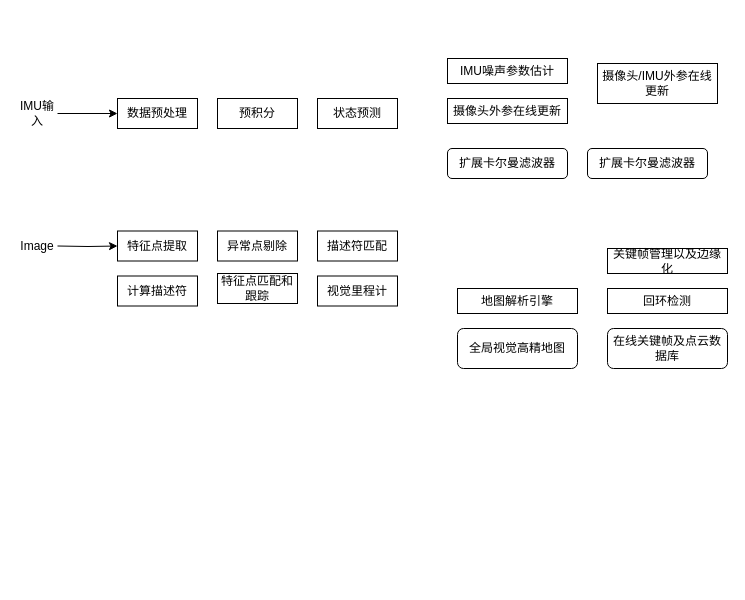
Above: slam_design.drawio in sunbingfeng/draw_sketches (draw.io), before the change. Source tidied: cells renumbered, new cells numbered last; positions are measured from the earlier drawing's top-left corner, leaving out a move shared by most shapes. Both pictures are drawn from the tidied source at 100%, with x=0, y=0 at pixel (17, 58).
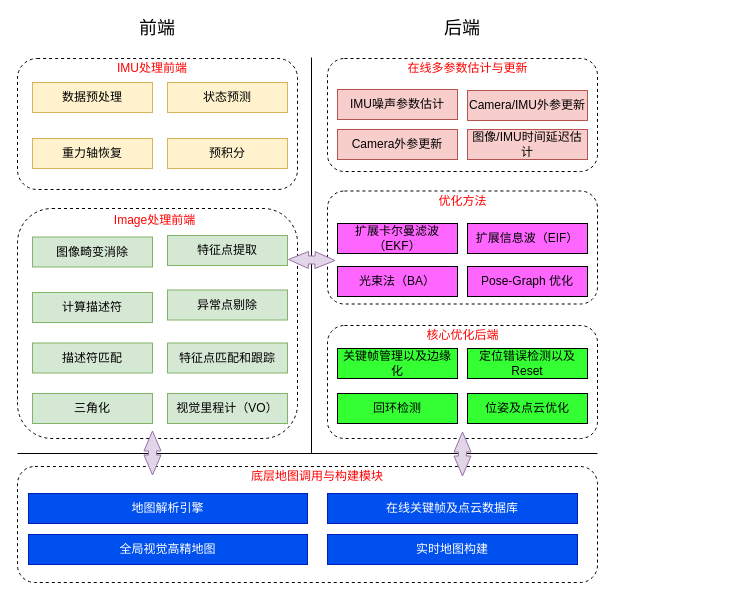
Above is the later version.

What changed in the source:
```diff
@@
+    <mxCell id="25" style="rounded=1;whiteSpace=wrap;html=1;glass=0;comic=0;dashed=1;" parent="1" vertex="1">
+      <mxGeometry x="310" y="132.5" width="270" height="113" as="geometry" />
+    </mxCell>
+    <mxCell id="26" value="&lt;font color=&quot;#ff0000&quot;&gt;优化方法&lt;/font&gt;" style="text;html=1;strokeColor=none;fillColor=none;align=center;verticalAlign=middle;whiteSpace=wrap;rounded=0;glass=0;dashed=1;comic=0;" parent="1" vertex="1">
+      <mxGeometry x="402.5" y="132.5" width="85" height="20" as="geometry" />
+    </mxCell>
+    <mxCell id="27" style="rounded=1;whiteSpace=wrap;html=1;glass=0;comic=0;dashed=1;" parent="1" vertex="1">
+      <mxGeometry x="310" y="267" width="270" height="113" as="geometry" />
+    </mxCell>
+    <mxCell id="28" style="rounded=1;whiteSpace=wrap;html=1;glass=0;comic=0;dashed=1;" parent="1" vertex="1">
+      <mxGeometry y="408" width="580" height="116" as="geometry" />
+    </mxCell>
+    <mxCell id="29" value="&lt;font color=&quot;#ff0000&quot;&gt;底层地图调用与构建模块&lt;/font&gt;" style="text;html=1;strokeColor=none;fillColor=none;align=center;verticalAlign=middle;whiteSpace=wrap;rounded=0;glass=0;dashed=1;comic=0;" parent="1" vertex="1">
+      <mxGeometry x="229" y="408" width="142" height="20" as="geometry" />
+    </mxCell>
+    <mxCell id="30" style="rounded=1;whiteSpace=wrap;html=1;glass=0;comic=0;dashed=1;" parent="1" vertex="1">
+      <mxGeometry x="310" width="270" height="113" as="geometry" />
+    </mxCell>
+    <mxCell id="31" value="&lt;font color=&quot;#ff0000&quot;&gt;在线多参数估计与更新&lt;/font&gt;" style="text;html=1;strokeColor=none;fillColor=none;align=center;verticalAlign=middle;whiteSpace=wrap;rounded=0;glass=0;dashed=1;comic=0;" parent="1" vertex="1">
+      <mxGeometry x="382.5" y="-0.5" width="135" height="20" as="geometry" />
+    </mxCell>
+    <mxCell id="32" style="rounded=1;whiteSpace=wrap;html=1;glass=0;comic=0;dashed=1;" parent="1" vertex="1">
+      <mxGeometry y="150" width="280" height="230" as="geometry" />
+    </mxCell>
+    <mxCell id="33" value="&lt;font color=&quot;#ff0000&quot;&gt;Image处理前端&lt;/font&gt;" style="text;html=1;strokeColor=none;fillColor=none;align=center;verticalAlign=middle;whiteSpace=wrap;rounded=0;glass=0;dashed=1;comic=0;" parent="1" vertex="1">
+      <mxGeometry x="95" y="152" width="85" height="20" as="geometry" />
+    </mxCell>
+    <mxCell id="34" style="rounded=1;whiteSpace=wrap;html=1;glass=0;comic=0;dashed=1;" parent="1" vertex="1">
+      <mxGeometry width="280" height="131" as="geometry" />
+    </mxCell>
-    <mxCell id="2" value="数据预处理" style="rounded=0;whiteSpace=wrap;html=1;" parent="1" vertex="1">
-      <mxGeometry x="100" y="40" width="80" height="30" as="geometry" />
+    <mxCell id="2" value="数据预处理" style="rounded=0;whiteSpace=wrap;html=1;fillColor=#fff2cc;strokeColor=#d6b656;" parent="1" vertex="1">
+      <mxGeometry x="15" y="24" width="120" height="30" as="geometry" />
     </mxCell>
-    <mxCell id="3" value="预积分" style="rounded=0;whiteSpace=wrap;html=1;" parent="1" vertex="1">
-      <mxGeometry x="200" y="40" width="80" height="30" as="geometry" />
+    <mxCell id="3" value="重力轴恢复" style="rounded=0;whiteSpace=wrap;html=1;fillColor=#fff2cc;strokeColor=#d6b656;" parent="1" vertex="1">
+      <mxGeometry x="15" y="80" width="120" height="30" as="geometry" />
     </mxCell>
-    <mxCell id="4" style="edgeStyle=orthogonalEdgeStyle;rounded=0;jettySize=auto;html=1;exitX=1;exitY=0.5;exitDx=0;exitDy=0;entryX=0;entryY=0.5;entryDx=0;entryDy=0;" parent="1" edge="1" source="5" target="2">
-      <mxGeometry relative="1" as="geometry" />
-    </mxCell>
-    <mxCell id="5" value="IMU输入" style="text;html=1;strokeColor=none;fillColor=none;align=center;verticalAlign=middle;whiteSpace=wrap;rounded=0;" parent="1" vertex="1">
-      <mxGeometry y="45" width="40" height="20" as="geometry" />
-    </mxCell>
-    <mxCell id="6" value="状态预测" style="rounded=0;whiteSpace=wrap;html=1;" parent="1" vertex="1">
-      <mxGeometry x="300" y="40" width="80" height="30" as="geometry" />
+    <mxCell id="6" value="状态预测" style="rounded=0;whiteSpace=wrap;html=1;fillColor=#fff2cc;strokeColor=#d6b656;" parent="1" vertex="1">
+      <mxGeometry x="150" y="24" width="120" height="30" as="geometry" />
     </mxCell>
-    <mxCell id="7" value="特征点提取" style="rounded=0;whiteSpace=wrap;html=1;" parent="1" vertex="1">
-      <mxGeometry x="100" y="172.5" width="80" height="30" as="geometry" />
+    <mxCell id="7" value="特征点提取" style="rounded=0;whiteSpace=wrap;html=1;fillColor=#d5e8d4;strokeColor=#82b366;" parent="1" vertex="1">
+      <mxGeometry x="150" y="177" width="120" height="30" as="geometry" />
     </mxCell>
-    <mxCell id="8" value="异常点剔除" style="rounded=0;whiteSpace=wrap;html=1;" parent="1" vertex="1">
-      <mxGeometry x="200" y="172.5" width="80" height="30" as="geometry" />
+    <mxCell id="8" value="异常点剔除" style="rounded=0;whiteSpace=wrap;html=1;fillColor=#d5e8d4;strokeColor=#82b366;" parent="1" vertex="1">
+      <mxGeometry x="150" y="231.5" width="120" height="30" as="geometry" />
     </mxCell>
-    <mxCell id="9" style="edgeStyle=orthogonalEdgeStyle;rounded=0;jettySize=auto;html=1;exitX=1;exitY=0.5;exitDx=0;exitDy=0;entryX=0;entryY=0.5;entryDx=0;entryDy=0;" parent="1" edge="1" target="7">
-      <mxGeometry relative="1" as="geometry">
-        <mxPoint x="40" y="187.5" as="sourcePoint" />
-      </mxGeometry>
-    </mxCell>
-    <mxCell id="10" value="Image" style="text;html=1;strokeColor=none;fillColor=none;align=center;verticalAlign=middle;whiteSpace=wrap;rounded=0;" parent="1" vertex="1">
-      <mxGeometry y="177.5" width="40" height="20" as="geometry" />
-    </mxCell>
-    <mxCell id="11" value="特征点匹配和跟踪" style="rounded=0;whiteSpace=wrap;html=1;" parent="1" vertex="1">
-      <mxGeometry x="200" y="215" width="80" height="30" as="geometry" />
+    <mxCell id="11" value="特征点匹配和跟踪" style="rounded=0;whiteSpace=wrap;html=1;fillColor=#d5e8d4;strokeColor=#82b366;" parent="1" vertex="1">
+      <mxGeometry x="150" y="284.5" width="120" height="30" as="geometry" />
     </mxCell>
-    <mxCell id="12" value="全局视觉高精地图" style="rounded=1;whiteSpace=wrap;html=1;" parent="1" vertex="1">
-      <mxGeometry x="440" y="270" width="120" height="40" as="geometry" />
+    <mxCell id="12" value="全局视觉高精地图" style="rounded=0;whiteSpace=wrap;html=1;fillColor=#0050ef;strokeColor=#001DBC;fontColor=#ffffff;" parent="1" vertex="1">
+      <mxGeometry x="11" y="476" width="279" height="30" as="geometry" />
     </mxCell>
-    <mxCell id="13" value="在线关键帧及点云数据库" style="rounded=1;whiteSpace=wrap;html=1;" parent="1" vertex="1">
-      <mxGeometry x="590" y="270" width="120" height="40" as="geometry" />
+    <mxCell id="13" value="实时地图构建" style="rounded=0;whiteSpace=wrap;html=1;fillColor=#0050ef;strokeColor=#001DBC;fontColor=#ffffff;" parent="1" vertex="1">
+      <mxGeometry x="310" y="476" width="250" height="30" as="geometry" />
     </mxCell>
-    <mxCell id="14" value="回环检测" style="rounded=0;whiteSpace=wrap;html=1;" parent="1" vertex="1">
-      <mxGeometry x="590" y="230" width="120" height="25" as="geometry" />
+    <mxCell id="14" value="回环检测" style="rounded=0;whiteSpace=wrap;html=1;fillColor=#33FF33;" parent="1" vertex="1">
+      <mxGeometry x="320" y="335" width="120" height="30" as="geometry" />
     </mxCell>
-    <mxCell id="15" value="地图解析引擎" style="rounded=0;whiteSpace=wrap;html=1;" parent="1" vertex="1">
-      <mxGeometry x="440" y="230" width="120" height="25" as="geometry" />
+    <mxCell id="15" value="地图解析引擎" style="rounded=0;whiteSpace=wrap;html=1;fillColor=#0050ef;strokeColor=#001DBC;fontColor=#ffffff;" parent="1" vertex="1">
+      <mxGeometry x="11" y="435" width="279" height="30" as="geometry" />
     </mxCell>
-    <mxCell id="16" value="关键帧管理以及边缘化" style="rounded=0;whiteSpace=wrap;html=1;" parent="1" vertex="1">
-      <mxGeometry x="590" y="190" width="120" height="25" as="geometry" />
+    <mxCell id="16" value="关键帧管理以及边缘化" style="rounded=0;whiteSpace=wrap;html=1;fillColor=#33FF33;" parent="1" vertex="1">
+      <mxGeometry x="320" y="290" width="120" height="30" as="geometry" />
     </mxCell>
-    <mxCell id="17" value="IMU噪声参数估计" style="rounded=0;whiteSpace=wrap;html=1;" parent="1" vertex="1">
-      <mxGeometry x="430" width="120" height="25" as="geometry" />
+    <mxCell id="17" value="IMU噪声参数估计" style="rounded=0;whiteSpace=wrap;html=1;fillColor=#f8cecc;strokeColor=#b85450;" parent="1" vertex="1">
+      <mxGeometry x="320" y="31" width="120" height="30" as="geometry" />
     </mxCell>
-    <mxCell id="18" value="描述符匹配" style="rounded=0;whiteSpace=wrap;html=1;" parent="1" vertex="1">
-      <mxGeometry x="300" y="172.5" width="80" height="30" as="geometry" />
+    <mxCell id="18" value="描述符匹配" style="rounded=0;whiteSpace=wrap;html=1;fillColor=#d5e8d4;strokeColor=#82b366;" parent="1" vertex="1">
+      <mxGeometry x="15" y="284.5" width="120" height="30" as="geometry" />
     </mxCell>
-    <mxCell id="19" value="视觉里程计" style="rounded=0;whiteSpace=wrap;html=1;" parent="1" vertex="1">
-      <mxGeometry x="300" y="217.5" width="80" height="30" as="geometry" />
+    <mxCell id="19" value="三角化" style="rounded=0;whiteSpace=wrap;html=1;fillColor=#d5e8d4;strokeColor=#82b366;" parent="1" vertex="1">
+      <mxGeometry x="15" y="335" width="120" height="30" as="geometry" />
     </mxCell>
-    <mxCell id="20" value="计算描述符" style="rounded=0;whiteSpace=wrap;html=1;" parent="1" vertex="1">
-      <mxGeometry x="100" y="217.5" width="80" height="30" as="geometry" />
+    <mxCell id="20" value="计算描述符" style="rounded=0;whiteSpace=wrap;html=1;fillColor=#d5e8d4;strokeColor=#82b366;" parent="1" vertex="1">
+      <mxGeometry x="15" y="234" width="120" height="30" as="geometry" />
     </mxCell>
-    <mxCell id="21" value="摄像头外参在线更新" style="rounded=0;whiteSpace=wrap;html=1;" parent="1" vertex="1">
-      <mxGeometry x="430" y="40" width="120" height="25" as="geometry" />
+    <mxCell id="21" value="Camera外参更新" style="rounded=0;whiteSpace=wrap;html=1;fillColor=#f8cecc;strokeColor=#b85450;" parent="1" vertex="1">
+      <mxGeometry x="320" y="71" width="120" height="30" as="geometry" />
     </mxCell>
-    <mxCell id="22" value="摄像头/IMU外参在线更新" style="rounded=0;whiteSpace=wrap;html=1;" parent="1" vertex="1">
-      <mxGeometry x="580" y="5" width="120" height="40" as="geometry" />
+    <mxCell id="22" value="Camera/IMU外参更新" style="rounded=0;whiteSpace=wrap;html=1;fillColor=#f8cecc;strokeColor=#b85450;" parent="1" vertex="1">
+      <mxGeometry x="450" y="32" width="120" height="30" as="geometry" />
     </mxCell>
-    <mxCell id="23" value="扩展卡尔曼滤波器" style="rounded=1;whiteSpace=wrap;html=1;" parent="1" vertex="1">
-      <mxGeometry x="430" y="90" width="120" height="30" as="geometry" />
+    <mxCell id="23" value="扩展卡尔曼滤波（EKF）" style="rounded=0;whiteSpace=wrap;html=1;fillColor=#FF66FF;" parent="1" vertex="1">
+      <mxGeometry x="320" y="165" width="120" height="30" as="geometry" />
     </mxCell>
-    <mxCell id="24" value="扩展卡尔曼滤波器" style="rounded=1;whiteSpace=wrap;html=1;" parent="1" vertex="1">
-      <mxGeometry x="570" y="90" width="120" height="30" as="geometry" />
+    <mxCell id="24" value="扩展信息波（EIF）" style="rounded=0;whiteSpace=wrap;html=1;fillColor=#FF66FF;" parent="1" vertex="1">
+      <mxGeometry x="450" y="165" width="120" height="30" as="geometry" />
     </mxCell>
+    <mxCell id="35" value="光束法（BA）" style="rounded=0;whiteSpace=wrap;html=1;fillColor=#FF66FF;" parent="1" vertex="1">
+      <mxGeometry x="320" y="208" width="120" height="30" as="geometry" />
+    </mxCell>
+    <mxCell id="36" value="Pose-Graph 优化" style="rounded=0;whiteSpace=wrap;html=1;fillColor=#FF66FF;" parent="1" vertex="1">
+      <mxGeometry x="450" y="208" width="120" height="30" as="geometry" />
+    </mxCell>
+    <mxCell id="37" value="定位错误检测以及Reset" style="rounded=0;whiteSpace=wrap;html=1;fillColor=#33FF33;" parent="1" vertex="1">
+      <mxGeometry x="450" y="290" width="120" height="30" as="geometry" />
+    </mxCell>
+    <mxCell id="38" value="视觉里程计（VO）" style="rounded=0;whiteSpace=wrap;html=1;fillColor=#d5e8d4;strokeColor=#82b366;" parent="1" vertex="1">
+      <mxGeometry x="150" y="335" width="120" height="30" as="geometry" />
+    </mxCell>
+    <mxCell id="39" value="预积分" style="rounded=0;whiteSpace=wrap;html=1;fillColor=#fff2cc;strokeColor=#d6b656;" parent="1" vertex="1">
+      <mxGeometry x="150" y="80" width="120" height="30" as="geometry" />
+    </mxCell>
+    <mxCell id="40" value="图像/IMU时间延迟估计" style="rounded=0;whiteSpace=wrap;html=1;fillColor=#f8cecc;strokeColor=#b85450;" parent="1" vertex="1">
+      <mxGeometry x="450" y="71" width="120" height="30" as="geometry" />
+    </mxCell>
+    <mxCell id="41" value="在线关键帧及点云数据库" style="rounded=0;whiteSpace=wrap;html=1;fillColor=#0050ef;strokeColor=#001DBC;fontColor=#ffffff;" parent="1" vertex="1">
+      <mxGeometry x="310" y="435" width="250" height="30" as="geometry" />
+    </mxCell>
+    <mxCell id="42" value="&lt;font color=&quot;#ff0000&quot;&gt;IMU处理前端&lt;/font&gt;" style="text;html=1;strokeColor=none;fillColor=none;align=center;verticalAlign=middle;whiteSpace=wrap;rounded=0;glass=0;dashed=1;comic=0;" parent="1" vertex="1">
+      <mxGeometry x="95" y="-0.5" width="80" height="20" as="geometry" />
+    </mxCell>
+    <mxCell id="43" value="图像畸变消除" style="rounded=0;whiteSpace=wrap;html=1;fillColor=#d5e8d4;strokeColor=#82b366;" parent="1" vertex="1">
+      <mxGeometry x="15" y="178.5" width="120" height="30" as="geometry" />
+    </mxCell>
+    <mxCell id="44" value="位姿及点云优化" style="rounded=0;whiteSpace=wrap;html=1;fillColor=#33FF33;" parent="1" vertex="1">
+      <mxGeometry x="450" y="335" width="120" height="30" as="geometry" />
+    </mxCell>
+    <mxCell id="45" value="&lt;font color=&quot;#ff0000&quot;&gt;核心优化后端&lt;/font&gt;" style="text;html=1;strokeColor=none;fillColor=none;align=center;verticalAlign=middle;whiteSpace=wrap;rounded=0;glass=0;dashed=1;comic=0;" parent="1" vertex="1">
+      <mxGeometry x="402.5" y="267" width="85" height="20" as="geometry" />
+    </mxCell>
+    <mxCell id="46" style="endArrow=none;html=1;" parent="1" edge="1">
+      <mxGeometry relative="1" as="geometry">
+        <mxPoint x="294" y="395" as="sourcePoint" />
+        <mxPoint x="294" y="-1" as="targetPoint" />
+      </mxGeometry>
+    </mxCell>
+    <mxCell id="47" style="endArrow=none;html=1;" parent="1" edge="1">
+      <mxGeometry relative="1" as="geometry">
+        <mxPoint y="395" as="sourcePoint" />
+        <mxPoint x="580" y="395" as="targetPoint" />
+      </mxGeometry>
+    </mxCell>
+    <mxCell id="48" style="shape=flexArrow;endArrow=classic;startArrow=classic;html=1;fillColor=#e1d5e7;strokeColor=#9673a6;width=8;endSize=6.33;endWidth=8;startWidth=8;startSize=6.33;" parent="1" edge="1">
+      <mxGeometry relative="1" as="geometry">
+        <mxPoint x="135" y="417" as="sourcePoint" />
+        <mxPoint x="135" y="372" as="targetPoint" />
+      </mxGeometry>
+    </mxCell>
+    <mxCell id="49" style="shape=flexArrow;endArrow=classic;startArrow=classic;html=1;fillColor=#e1d5e7;strokeColor=#9673a6;width=8;endSize=6.33;endWidth=8;startWidth=8;startSize=6.33;" parent="1" edge="1">
+      <mxGeometry relative="1" as="geometry">
+        <mxPoint x="445" y="418" as="sourcePoint" />
+        <mxPoint x="445" y="373" as="targetPoint" />
+      </mxGeometry>
+    </mxCell>
+    <mxCell id="50" style="shape=flexArrow;endArrow=classic;startArrow=classic;html=1;fillColor=#e1d5e7;strokeColor=#9673a6;width=8;endSize=6.33;endWidth=8;startWidth=8;startSize=6.33;exitX=1;exitY=0.25;exitDx=0;exitDy=0;" parent="1" edge="1">
+      <mxGeometry relative="1" as="geometry">
+        <mxPoint x="270.5" y="201" as="sourcePoint" />
+        <mxPoint x="318" y="202" as="targetPoint" />
+      </mxGeometry>
+    </mxCell>
+    <mxCell id="51" value="&lt;font style=&quot;font-size: 18px&quot;&gt;前端&lt;/font&gt;" style="text;html=1;strokeColor=none;fillColor=none;align=center;verticalAlign=middle;whiteSpace=wrap;rounded=0;glass=0;dashed=1;comic=0;" parent="1" vertex="1">
+      <mxGeometry x="50" y="-40" width="180" height="20" as="geometry" />
+    </mxCell>
+    <mxCell id="52" value="&lt;font style=&quot;font-size: 18px&quot;&gt;后端&lt;/font&gt;" style="text;html=1;strokeColor=none;fillColor=none;align=center;verticalAlign=middle;whiteSpace=wrap;rounded=0;glass=0;dashed=1;comic=0;" parent="1" vertex="1">
+      <mxGeometry x="355" y="-40" width="180" height="20" as="geometry" />
+    </mxCell>
```
